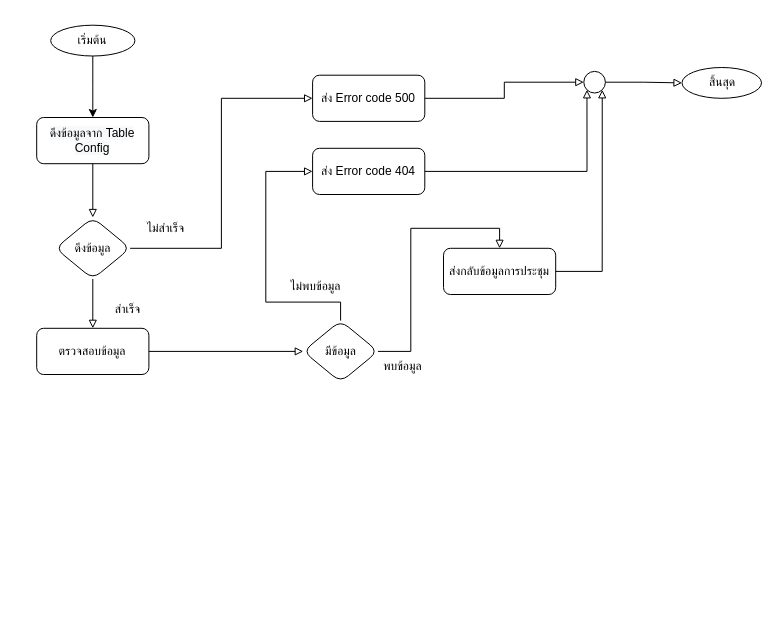
Earlier version of the draw.io diagram meetingInfo.drawio (charifrodmanee/charifrodmanee). Source tidied: cells renumbered, new cells numbered last; positions are measured from the earlier drawing's top-left corner, leaving out a move shared by most shapes. Both pictures are drawn from the tidied source at 100%, with x=0, y=0 at pixel (17, 17).
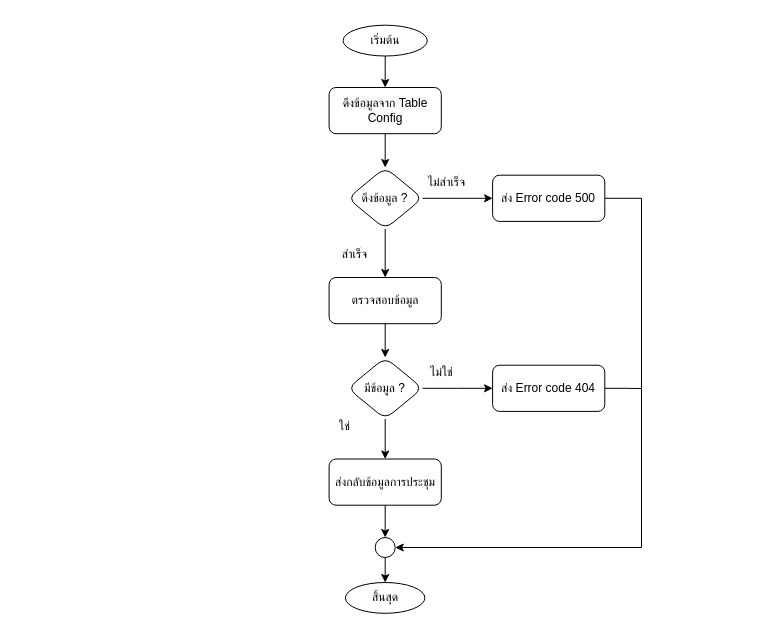
The same page after the edit.

The edit, as a diff of the source:
```diff
@@
-    <mxCell id="2" style="group;" parent="1" vertex="1">
-      <mxGeometry width="744" height="480" as="geometry" />
-    </mxCell>
-    <mxCell id="3" style="group;" parent="2" vertex="1">
-      <mxGeometry x="19.2" y="7.7" width="724.8" height="356.9" as="geometry" />
-    </mxCell>
-    <mxCell id="4" value="เริ่มต้น" style="ellipse;whiteSpace=wrap;html=1;rounded=1;glass=0;strokeWidth=1;shadow=0;" parent="3" vertex="1">
-      <mxGeometry x="14" width="84.2" height="30.8" as="geometry" />
+    <mxCell id="4" value="เริ่มต้น" style="ellipse;whiteSpace=wrap;html=1;rounded=1;glass=0;strokeWidth=1;shadow=0;" parent="1" vertex="1">
+      <mxGeometry x="325.6" y="7.7" width="84.2" height="30.8" as="geometry" />
     </mxCell>
-    <mxCell id="5" value="สิ้นสุด" style="ellipse;whiteSpace=wrap;html=1;rounded=1;glass=0;strokeWidth=1;shadow=0;" parent="3" vertex="1">
-      <mxGeometry x="645.3" y="42.3" width="79.5" height="30.8" as="geometry" />
+    <mxCell id="5" value="สิ้นสุด" style="ellipse;whiteSpace=wrap;html=1;rounded=1;glass=0;strokeWidth=1;shadow=0;" parent="1" vertex="1">
+      <mxGeometry x="327.9" y="565" width="79.5" height="30.8" as="geometry" />
     </mxCell>
-    <mxCell id="6" value="&lt;span style=&quot;color: rgb(0, 0, 0); font-family: Helvetica; font-size: 12px; font-style: normal; font-variant-ligatures: normal; font-variant-caps: normal; font-weight: 400; letter-spacing: normal; orphans: 2; text-align: center; text-indent: 0px; text-transform: none; widows: 2; word-spacing: 0px; -webkit-text-stroke-width: 0px; background-color: rgb(248, 249, 250); text-decoration-thickness: initial; text-decoration-style: initial; text-decoration-color: initial; float: none; display: inline !important;&quot;&gt;ดึงข้อมูลจาก Table&lt;/span&gt;&lt;br style=&quot;color: rgb(0, 0, 0); font-family: Helvetica; font-size: 12px; font-style: normal; font-variant-ligatures: normal; font-variant-caps: normal; font-weight: 400; letter-spacing: normal; orphans: 2; text-align: center; text-indent: 0px; text-transform: none; widows: 2; word-spacing: 0px; -webkit-text-stroke-width: 0px; background-color: rgb(248, 249, 250); text-decoration-thickness: initial; text-decoration-style: initial; text-decoration-color: initial;&quot;&gt;&lt;span style=&quot;color: rgb(0, 0, 0); font-family: Helvetica; font-size: 12px; font-style: normal; font-variant-ligatures: normal; font-variant-caps: normal; font-weight: 400; letter-spacing: normal; orphans: 2; text-align: center; text-indent: 0px; text-transform: none; widows: 2; word-spacing: 0px; -webkit-text-stroke-width: 0px; background-color: rgb(248, 249, 250); text-decoration-thickness: initial; text-decoration-style: initial; text-decoration-color: initial; float: none; display: inline !important;&quot;&gt;Config&lt;/span&gt;" style="rounded=1;whiteSpace=wrap;html=1;" parent="3" vertex="1">
-      <mxGeometry y="92.3" width="112.2" height="46.2" as="geometry" />
+    <mxCell id="6" value="&lt;span style=&quot;color: rgb(0, 0, 0); font-family: Helvetica; font-size: 12px; font-style: normal; font-variant-ligatures: normal; font-variant-caps: normal; font-weight: 400; letter-spacing: normal; orphans: 2; text-align: center; text-indent: 0px; text-transform: none; widows: 2; word-spacing: 0px; -webkit-text-stroke-width: 0px; background-color: rgb(248, 249, 250); text-decoration-thickness: initial; text-decoration-style: initial; text-decoration-color: initial; float: none; display: inline !important;&quot;&gt;ดึงข้อมูลจาก Table&lt;/span&gt;&lt;br style=&quot;color: rgb(0, 0, 0); font-family: Helvetica; font-size: 12px; font-style: normal; font-variant-ligatures: normal; font-variant-caps: normal; font-weight: 400; letter-spacing: normal; orphans: 2; text-align: center; text-indent: 0px; text-transform: none; widows: 2; word-spacing: 0px; -webkit-text-stroke-width: 0px; background-color: rgb(248, 249, 250); text-decoration-thickness: initial; text-decoration-style: initial; text-decoration-color: initial;&quot;&gt;&lt;span style=&quot;color: rgb(0, 0, 0); font-family: Helvetica; font-size: 12px; font-style: normal; font-variant-ligatures: normal; font-variant-caps: normal; font-weight: 400; letter-spacing: normal; orphans: 2; text-align: center; text-indent: 0px; text-transform: none; widows: 2; word-spacing: 0px; -webkit-text-stroke-width: 0px; background-color: rgb(248, 249, 250); text-decoration-thickness: initial; text-decoration-style: initial; text-decoration-color: initial; float: none; display: inline !important;&quot;&gt;Config&lt;/span&gt;" style="rounded=1;whiteSpace=wrap;html=1;" parent="1" vertex="1">
+      <mxGeometry x="311.6" y="70" width="112.2" height="46.2" as="geometry" />
     </mxCell>
-    <mxCell id="7" style="edgeStyle=orthogonalEdgeStyle;rounded=0;jettySize=auto;html=1;entryX=0.5;entryY=0;entryDx=0;entryDy=0;" parent="3" edge="1" source="4" target="6">
+    <mxCell id="7" style="edgeStyle=orthogonalEdgeStyle;rounded=0;jettySize=auto;html=1;entryX=0.5;entryY=0;entryDx=0;entryDy=0;" parent="1" edge="1" source="4" target="6">
       <mxGeometry relative="1" as="geometry" />
     </mxCell>
-    <mxCell id="8" value="ส่ง Error code 500" style="whiteSpace=wrap;html=1;rounded=1;" parent="3" vertex="1">
-      <mxGeometry x="275.9" y="50" width="112.2" height="46.2" as="geometry" />
+    <mxCell id="8" value="ส่ง Error code 500" style="whiteSpace=wrap;html=1;rounded=1;" parent="1" vertex="1">
+      <mxGeometry x="475.1" y="157.7" width="112.2" height="46.2" as="geometry" />
     </mxCell>
-    <mxCell id="9" value="ตรวจสอบข้อมูล" style="whiteSpace=wrap;html=1;rounded=1;" parent="3" vertex="1">
-      <mxGeometry y="303.1" width="112.2" height="46.2" as="geometry" />
+    <mxCell id="9" value="ตรวจสอบข้อมูล" style="whiteSpace=wrap;html=1;rounded=1;" parent="1" vertex="1">
+      <mxGeometry x="311.6" y="260" width="112.2" height="46.2" as="geometry" />
     </mxCell>
-    <mxCell id="10" style="edgeStyle=orthogonalEdgeStyle;rounded=0;jettySize=auto;html=1;entryX=0;entryY=0.5;entryDx=0;entryDy=0;endArrow=block;endFill=0;" parent="3" edge="1" source="12" target="8">
+    <mxCell id="10" style="edgeStyle=orthogonalEdgeStyle;rounded=0;jettySize=auto;html=1;entryX=0;entryY=0.5;entryDx=0;entryDy=0;endArrow=classic;endFill=1;" parent="1" edge="1" source="12" target="8">
       <mxGeometry relative="1" as="geometry" />
     </mxCell>
-    <mxCell id="11" style="edgeStyle=orthogonalEdgeStyle;rounded=0;jettySize=auto;html=1;endArrow=block;endFill=0;" parent="3" edge="1" source="12" target="9">
+    <mxCell id="11" style="edgeStyle=orthogonalEdgeStyle;rounded=0;jettySize=auto;html=1;endArrow=classic;endFill=1;" parent="1" edge="1" source="12" target="9">
       <mxGeometry relative="1" as="geometry" />
     </mxCell>
-    <mxCell id="12" value="ดึงข้อมูล" style="rhombus;whiteSpace=wrap;html=1;rounded=1;" parent="3" vertex="1">
-      <mxGeometry x="18.7" y="192.3" width="74.8" height="61.5" as="geometry" />
+    <mxCell id="12" value="ดึงข้อมูล ?" style="rhombus;whiteSpace=wrap;html=1;rounded=1;" parent="1" vertex="1">
+      <mxGeometry x="330.3" y="150" width="74.8" height="61.5" as="geometry" />
     </mxCell>
-    <mxCell id="13" style="edgeStyle=orthogonalEdgeStyle;rounded=0;jettySize=auto;html=1;endArrow=block;endFill=0;" parent="3" edge="1" source="6" target="12">
+    <mxCell id="13" style="edgeStyle=orthogonalEdgeStyle;rounded=0;jettySize=auto;html=1;endArrow=classic;endFill=1;" parent="1" edge="1" source="6" target="12">
       <mxGeometry relative="1" as="geometry" />
     </mxCell>
-    <mxCell id="14" value="ไม่สำเร็จ" style="text;html=1;align=center;verticalAlign=middle;strokeColor=none;fillColor=none;" parent="3" vertex="1">
-      <mxGeometry x="93.5" y="188.5" width="70" height="30" as="geometry" />
+    <mxCell id="14" value="ไม่สำเร็จ" style="text;html=1;align=center;verticalAlign=middle;strokeColor=none;fillColor=none;" parent="1" vertex="1">
+      <mxGeometry x="394" y="150" width="70" height="30" as="geometry" />
     </mxCell>
-    <mxCell id="15" value="สำเร็จ" style="text;html=1;align=center;verticalAlign=middle;strokeColor=none;fillColor=none;" parent="3" vertex="1">
-      <mxGeometry x="65.5" y="269.2" width="50" height="30" as="geometry" />
+    <mxCell id="15" value="สำเร็จ" style="text;html=1;align=center;verticalAlign=middle;strokeColor=none;fillColor=none;" parent="1" vertex="1">
+      <mxGeometry x="311.5" y="221.5" width="50" height="30" as="geometry" />
     </mxCell>
+    <mxCell id="19" style="edgeStyle=orthogonalEdgeStyle;rounded=0;jettySize=auto;html=1;entryX=0;entryY=0.5;entryDx=0;entryDy=0;endArrow=classic;endFill=1;" parent="1" edge="1" source="16" target="18">
+      <mxGeometry relative="1" as="geometry" />
+    </mxCell>
-    <mxCell id="16" value="มีข้อมูล" style="rhombus;whiteSpace=wrap;html=1;rounded=1;" parent="3" vertex="1">
-      <mxGeometry x="266.5" y="295.4" width="74.8" height="61.5" as="geometry" />
+    <mxCell id="16" value="มีข้อมูล ?" style="rhombus;whiteSpace=wrap;html=1;rounded=1;" parent="1" vertex="1">
+      <mxGeometry x="330.3" y="340" width="74.8" height="61.5" as="geometry" />
     </mxCell>
-    <mxCell id="17" style="edgeStyle=orthogonalEdgeStyle;rounded=0;jettySize=auto;html=1;endArrow=block;endFill=0;" parent="3" edge="1" source="9" target="16">
+    <mxCell id="17" style="edgeStyle=orthogonalEdgeStyle;rounded=0;jettySize=auto;html=1;endArrow=classic;endFill=1;" parent="1" edge="1" source="9" target="16">
       <mxGeometry relative="1" as="geometry" />
     </mxCell>
+    <mxCell id="29" style="edgeStyle=orthogonalEdgeStyle;rounded=0;jettySize=auto;html=1;endArrow=none;endFill=0;" parent="1" edge="1" source="18">
+      <mxGeometry relative="1" as="geometry">
+        <mxPoint x="624" y="371" as="targetPoint" />
+      </mxGeometry>
+    </mxCell>
-    <mxCell id="18" value="ส่ง Error code 404" style="whiteSpace=wrap;html=1;rounded=1;" parent="3" vertex="1">
-      <mxGeometry x="275.9" y="123.1" width="112.2" height="46.2" as="geometry" />
+    <mxCell id="18" value="ส่ง Error code 404" style="whiteSpace=wrap;html=1;rounded=1;" parent="1" vertex="1">
+      <mxGeometry x="475.1" y="347.7" width="112.2" height="46.2" as="geometry" />
     </mxCell>
-    <mxCell id="19" style="edgeStyle=orthogonalEdgeStyle;rounded=0;jettySize=auto;html=1;endArrow=block;endFill=0;" parent="3" edge="1" source="16" target="18">
-      <mxGeometry relative="1" as="geometry">
-        <Array as="points">
-          <mxPoint x="303.9" y="276.9" />
-          <mxPoint x="229.1" y="276.9" />
-          <mxPoint x="229.1" y="146.2" />
-        </Array>
-      </mxGeometry>
-    </mxCell>
-    <mxCell id="20" value="ไม่พบข้อมูล" style="text;html=1;align=center;verticalAlign=middle;strokeColor=none;fillColor=none;" parent="3" vertex="1">
-      <mxGeometry x="238.5" y="246.2" width="80" height="30" as="geometry" />
+    <mxCell id="20" value="ไม่ใช่" style="text;html=1;align=center;verticalAlign=middle;strokeColor=none;fillColor=none;" parent="1" vertex="1">
+      <mxGeometry x="399" y="340" width="50" height="30" as="geometry" />
     </mxCell>
-    <mxCell id="21" value="พบข้อมูล" style="text;html=1;align=center;verticalAlign=middle;strokeColor=none;fillColor=none;" parent="3" vertex="1">
-      <mxGeometry x="331.1" y="326.2" width="70" height="30" as="geometry" />
+    <mxCell id="21" value="ใช่" style="text;html=1;align=center;verticalAlign=middle;strokeColor=none;fillColor=none;" parent="1" vertex="1">
+      <mxGeometry x="306.5" y="393.8" width="40" height="30" as="geometry" />
     </mxCell>
-    <mxCell id="22" value="ส่งกลับข้อมูลการประชุม" style="whiteSpace=wrap;html=1;rounded=1;" parent="3" vertex="1">
-      <mxGeometry x="406.8" y="223.1" width="112.2" height="46.2" as="geometry" />
+    <mxCell id="22" value="ส่งกลับข้อมูลการประชุม" style="whiteSpace=wrap;html=1;rounded=1;" parent="1" vertex="1">
+      <mxGeometry x="311.6" y="441.5" width="112.2" height="46.2" as="geometry" />
     </mxCell>
-    <mxCell id="23" style="edgeStyle=orthogonalEdgeStyle;rounded=0;jettySize=auto;html=1;endArrow=block;endFill=0;entryX=0.5;entryY=0;entryDx=0;entryDy=0;" parent="3" edge="1" source="16" target="22">
+    <mxCell id="23" style="edgeStyle=orthogonalEdgeStyle;rounded=0;jettySize=auto;html=1;endArrow=classic;endFill=1;entryX=0.5;entryY=0;entryDx=0;entryDy=0;" parent="1" edge="1" source="16" target="22">
       <mxGeometry relative="1" as="geometry" />
     </mxCell>
-    <mxCell id="24" style="edgeStyle=orthogonalEdgeStyle;rounded=0;jettySize=auto;html=1;endArrow=block;endFill=0;" parent="3" edge="1" source="25" target="5">
+    <mxCell id="24" style="edgeStyle=orthogonalEdgeStyle;rounded=0;jettySize=auto;html=1;endArrow=classic;endFill=1;" parent="1" edge="1" source="25" target="5">
       <mxGeometry relative="1" as="geometry" />
     </mxCell>
-    <mxCell id="25" style="ellipse;whiteSpace=wrap;html=1;" parent="3" vertex="1">
-      <mxGeometry x="547.1" y="46.2" width="21.6" height="21.6" as="geometry" />
+    <mxCell id="25" style="ellipse;whiteSpace=wrap;html=1;" parent="1" vertex="1">
+      <mxGeometry x="357.7" y="520" width="20" height="20" as="geometry" />
     </mxCell>
-    <mxCell id="26" style="edgeStyle=orthogonalEdgeStyle;rounded=0;jettySize=auto;html=1;entryX=0;entryY=0.5;entryDx=0;entryDy=0;endArrow=block;endFill=0;" parent="3" edge="1" source="8" target="25">
-      <mxGeometry relative="1" as="geometry" />
+    <mxCell id="26" style="edgeStyle=orthogonalEdgeStyle;rounded=0;jettySize=auto;html=1;endArrow=classic;endFill=1;" parent="1" edge="1" source="8" target="25">
+      <mxGeometry relative="1" as="geometry">
+        <Array as="points">
+          <mxPoint x="624" y="181" />
+          <mxPoint x="624" y="530" />
+        </Array>
+      </mxGeometry>
     </mxCell>
-    <mxCell id="27" style="edgeStyle=orthogonalEdgeStyle;rounded=0;jettySize=auto;html=1;entryX=0;entryY=1;entryDx=0;entryDy=0;endArrow=block;endFill=0;" parent="3" edge="1" source="18" target="25">
-      <mxGeometry relative="1" as="geometry" />
-    </mxCell>
-    <mxCell id="28" style="edgeStyle=orthogonalEdgeStyle;rounded=0;jettySize=auto;html=1;entryX=1;entryY=1;entryDx=0;entryDy=0;endArrow=block;endFill=0;" parent="3" edge="1" source="22" target="25">
+    <mxCell id="28" style="edgeStyle=orthogonalEdgeStyle;rounded=0;jettySize=auto;html=1;entryX=0.5;entryY=0;entryDx=0;entryDy=0;endArrow=classic;endFill=1;" parent="1" edge="1" source="22" target="25">
       <mxGeometry relative="1" as="geometry" />
     </mxCell>
```
